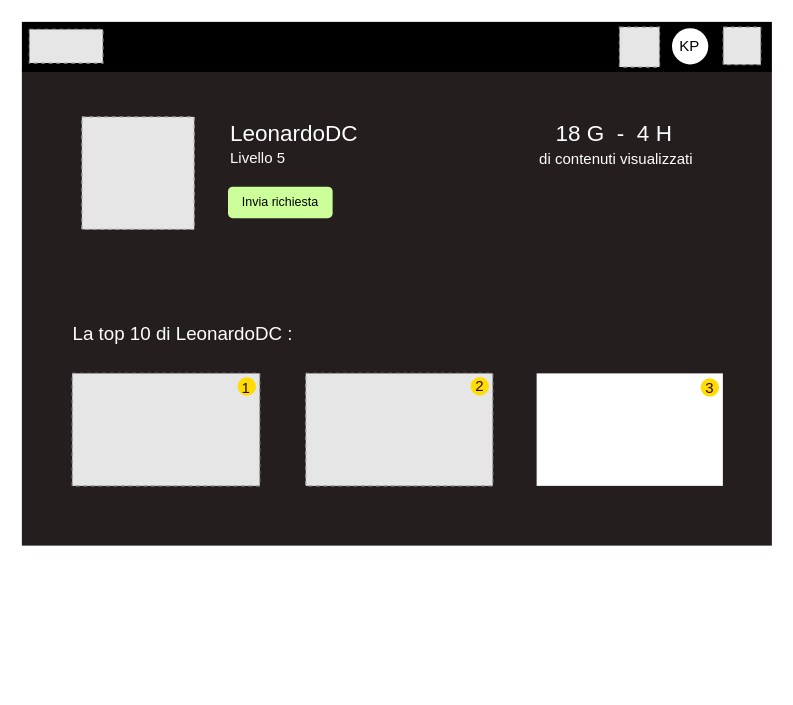
The draw.io diagram PaginaUtente.drawio in Organizzazione-IngSoftware/D1Mockup, before the edit. Source tidied: cells renumbered, new cells numbered last; positions are measured from the earlier drawing's top-left corner, leaving out a move shared by most shapes. Both pictures are drawn from the tidied source at 125%, with x=0, y=0 at pixel (21, 21). Pictures stored in the file or linked from it are replaced by grey dashed boxes.
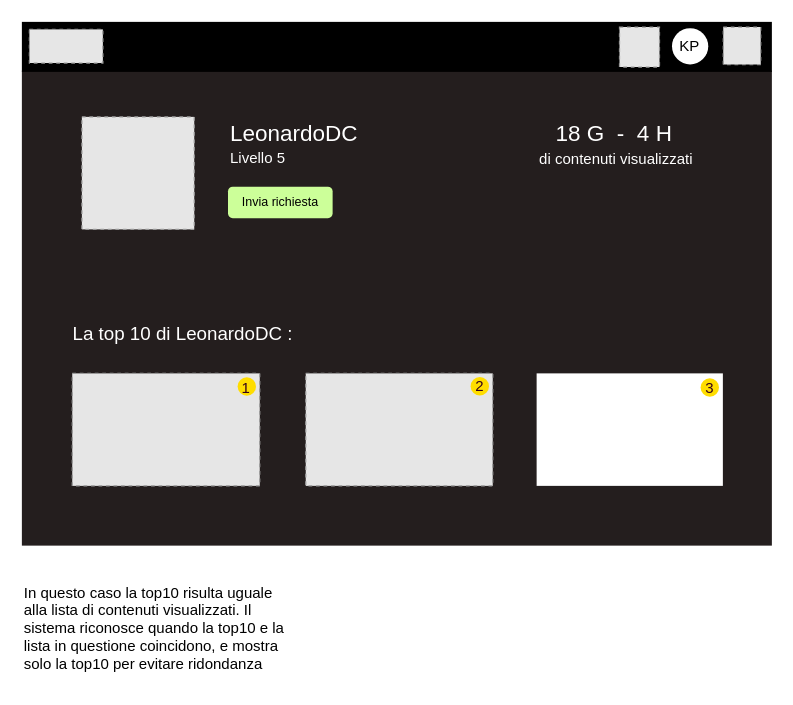
The same diagram, later.

Diff of the diagram source:
```diff
@@
+    <mxCell id="26" value="In questo caso la top10 risulta uguale alla lista di contenuti visualizzati. Il sistema riconosce quando la top10 e la lista in questione coincidono, e mostra solo la top10 per evitare ridondanza" style="text;html=1;strokeColor=none;fillColor=none;align=left;verticalAlign=middle;whiteSpace=wrap;rounded=0;" parent="1" vertex="1">
+      <mxGeometry y="440" width="220" height="90" as="geometry" />
+    </mxCell>
```
